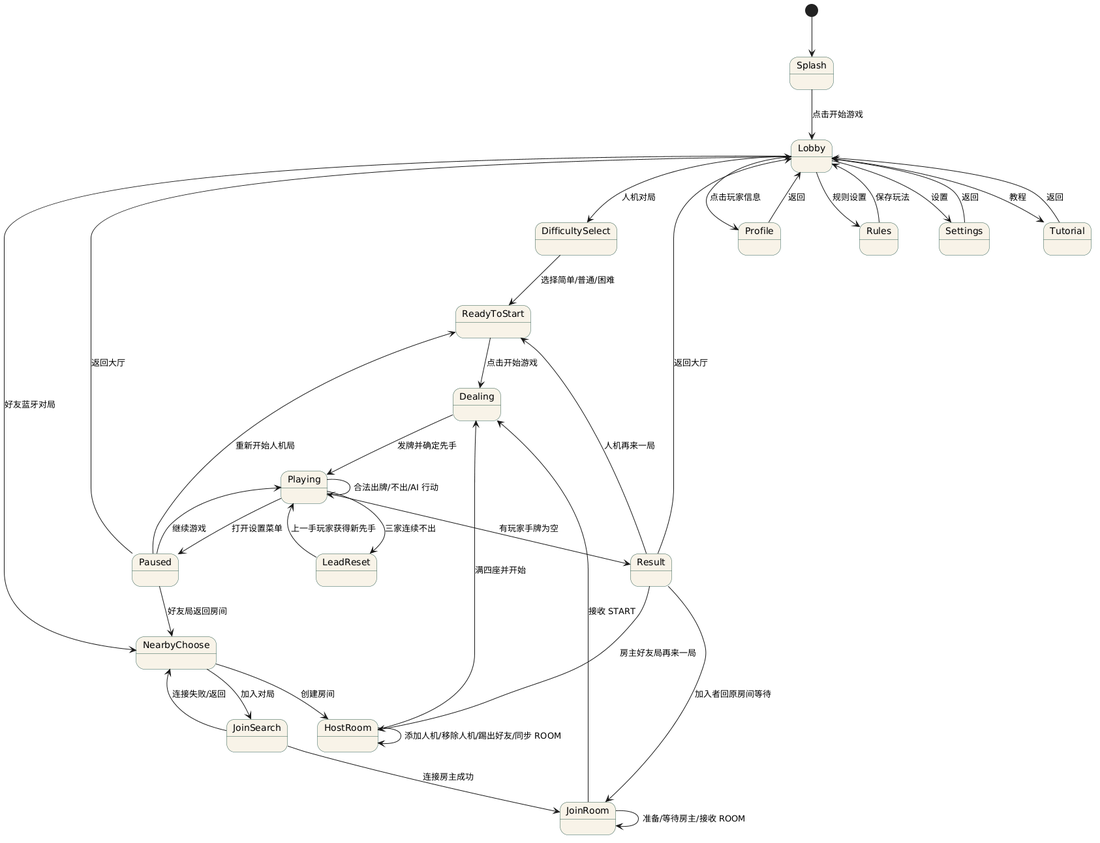
Earlier version of the PlantUML export docs/uml/state_game.png (Mojieeee/uml_chudadi).
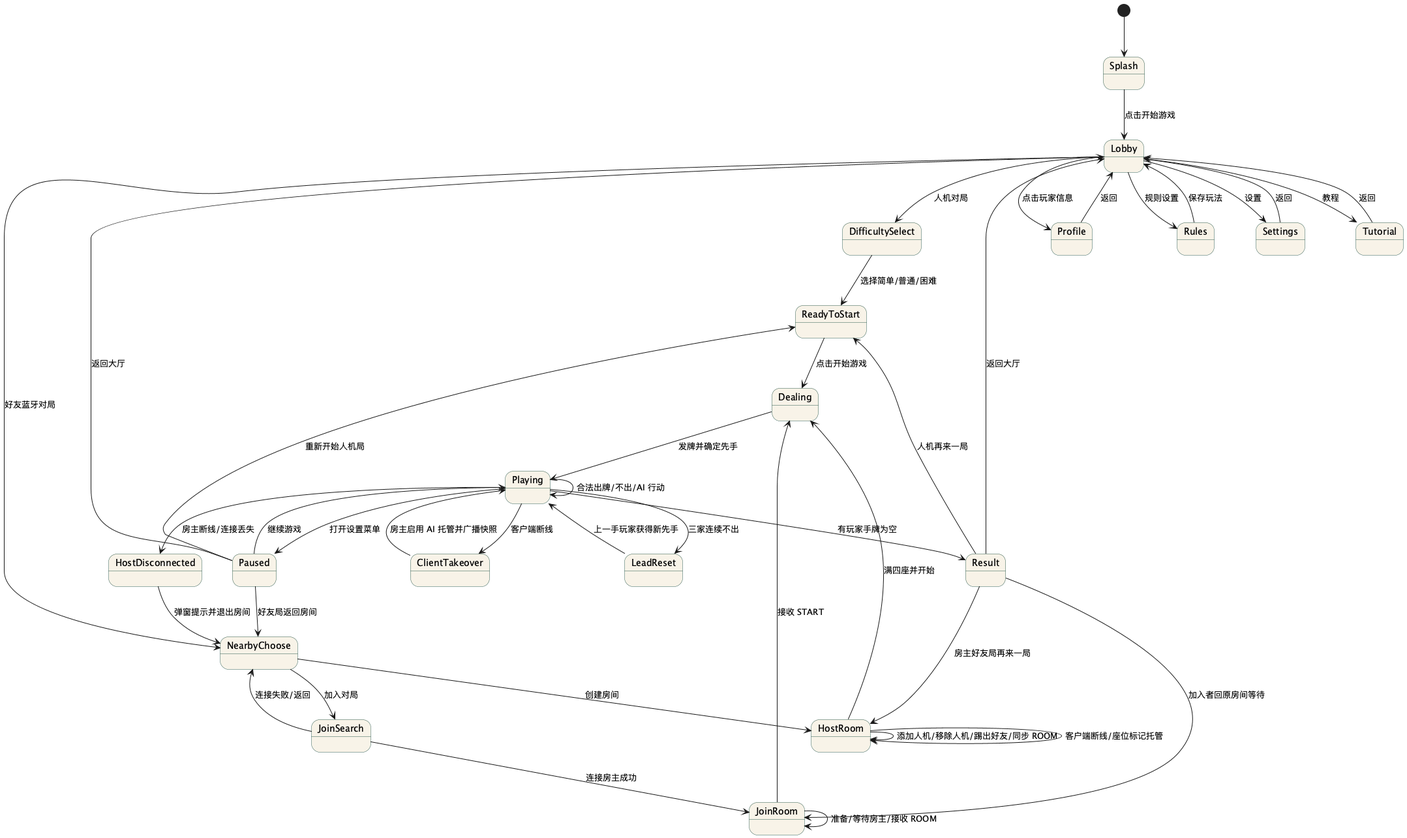
After the change.

What changed in the source:
```diff
@@ -27,6 +27,7 @@
 
 HostRoom --> HostRoom : 添加人机/移除人机/踢出好友/同步 ROOM
 JoinRoom --> JoinRoom : 准备/等待房主/接收 ROOM
+HostRoom --> HostRoom : 客户端断线/座位标记托管
 HostRoom --> Dealing : 满四座并开始
 JoinRoom --> Dealing : 接收 START
 
@@ -38,6 +39,10 @@
 Paused --> NearbyChoose : 好友局返回房间
 
 Playing --> Playing : 合法出牌/不出/AI 行动
+Playing --> ClientTakeover : 客户端断线
+ClientTakeover --> Playing : 房主启用 AI 托管并广播快照
+Playing --> HostDisconnected : 房主断线/连接丢失
+HostDisconnected --> NearbyChoose : 弹窗提示并退出房间
 Playing --> LeadReset : 三家连续不出
 LeadReset --> Playing : 上一手玩家获得新先手
 Playing --> Result : 有玩家手牌为空
@@ -46,4 +51,5 @@
 Result --> HostRoom : 房主好友局再来一局
 Result --> JoinRoom : 加入者回原房间等待
 Result --> Lobby : 返回大厅
+
 @enduml
```
